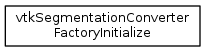
Above: master/inherit_graph_157.png in jamesobutler/apidocs.slicer.org (Graphviz), before the change. Its source is kept beside it as master/inherit_graph_157.dot.
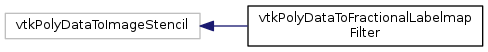
The same file after the commit.

Change to the diagram source:
```diff
@@ -4,5 +4,7 @@
   edge [fontname="Helvetica",fontsize="10",labelfontname="Helvetica",labelfontsize="10"];
   node [fontname="Helvetica",fontsize="10",shape=record];
   rankdir="LR";
-  Node0 [label="vtkSegmentationConverter\lFactoryInitialize",height=0.2,width=0.4,color="black",URL="$classvtkSegmentationConverterFactoryInitialize.html",tooltip="Utility class to make sure qSlicerModuleManager is initialized before it is used. ..."];
+  Node48 [label="vtkPolyDataToImageStencil",height=0.2,width=0.4,color="grey75"];
+  Node48 -> Node0 [dir="back",color="midnightblue",fontsize="10",style="solid",fontname="Helvetica"];
+  Node0 [label="vtkPolyDataToFractionalLabelmap\lFilter",height=0.2,width=0.4,color="black",URL="$classvtkPolyDataToFractionalLabelmapFilter.html"];
 }
```
